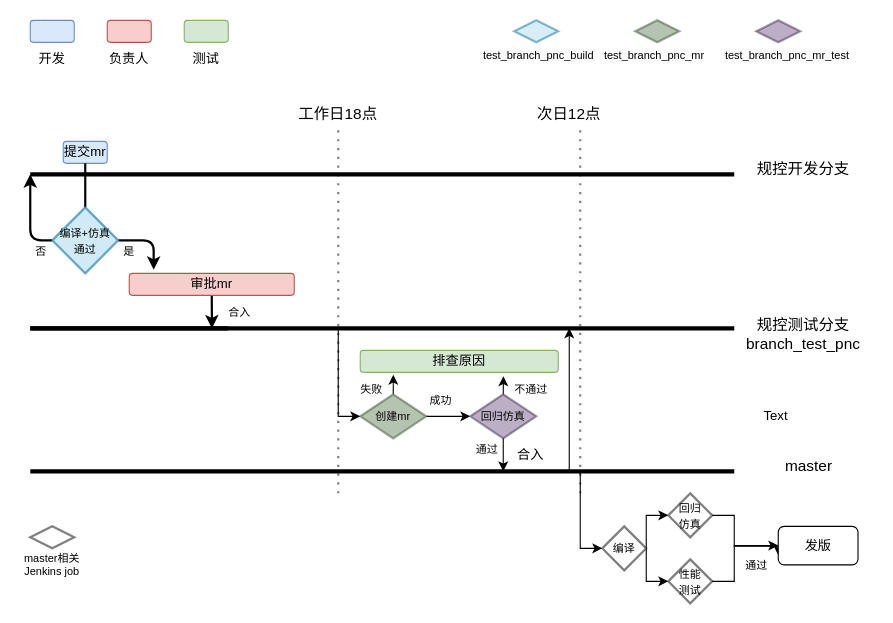
Earlier version of the draw.io diagram 未命名绘图.drawio (chwxiongppp/CS-notes). Source tidied: cells renumbered, new cells numbered last; positions are measured from the earlier drawing's top-left corner, leaving out a move shared by most shapes. Both pictures are drawn from the tidied source at 110%, with x=0, y=0 at pixel (19, 20).
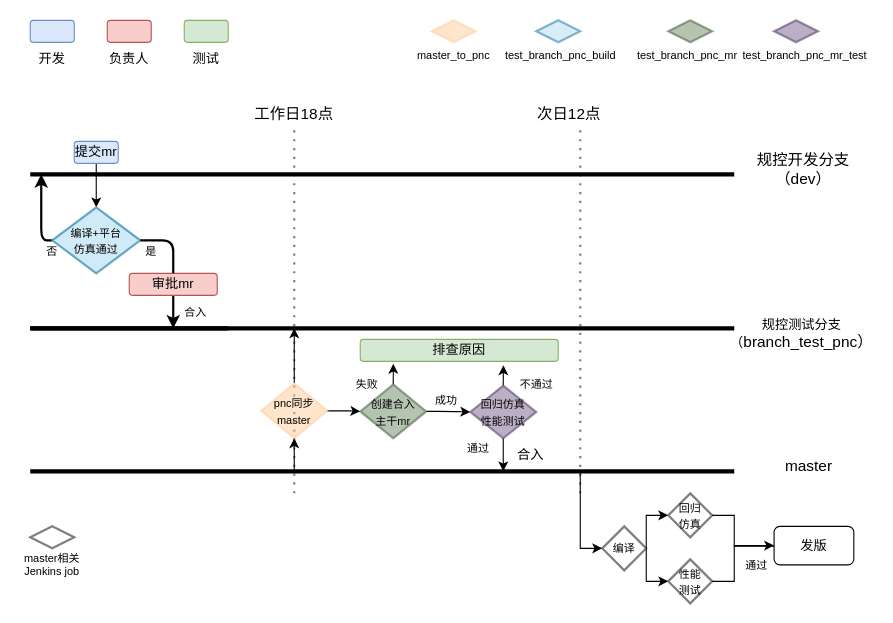
The same page after the edit.

What changed in the source:
```diff
@@
     <mxCell id="10" style="endArrow=none;dashed=1;html=1;dashPattern=1 3;strokeWidth=2;rounded=1;opacity=50;" parent="1" edge="1">
       <mxGeometry relative="1" as="geometry">
-        <mxPoint x="290" y="430" as="sourcePoint" />
-        <mxPoint x="290" y="100" as="targetPoint" />
-        <Array as="points">
-          <mxPoint x="290" y="290" />
-        </Array>
+        <mxPoint x="250" y="430" as="sourcePoint" />
+        <mxPoint x="250" y="100" as="targetPoint" />
       </mxGeometry>
     </mxCell>
@@
     <mxCell id="12" value="&lt;font style=&quot;font-size: 14px;&quot;&gt;工作日18点&lt;/font&gt;" style="text;html=1;strokeColor=none;fillColor=none;align=center;verticalAlign=middle;whiteSpace=wrap;rounded=0;" parent="1" vertex="1">
-      <mxGeometry x="250" y="70" width="80" height="30" as="geometry" />
+      <mxGeometry x="210" y="70" width="80" height="30" as="geometry" />
     </mxCell>
@@
-    <mxCell id="15" value="&lt;font style=&quot;font-size: 14px;&quot;&gt;规控开发分支&lt;/font&gt;" style="text;html=1;strokeColor=none;fillColor=none;align=center;verticalAlign=middle;whiteSpace=wrap;rounded=0;" parent="1" vertex="1">
+    <mxCell id="15" value="&lt;font style=&quot;font-size: 14px;&quot;&gt;规控开发分支（dev）&lt;/font&gt;" style="text;html=1;strokeColor=none;fillColor=none;align=center;verticalAlign=middle;whiteSpace=wrap;rounded=0;" parent="1" vertex="1">
       <mxGeometry x="652.5" y="120" width="120" height="30" as="geometry" />
     </mxCell>
-    <mxCell id="16" value="&lt;span style=&quot;font-size: 14px;&quot;&gt;规控测试分支&lt;br&gt;branch_test_pnc&lt;/span&gt;" style="text;html=1;strokeColor=none;fillColor=none;align=center;verticalAlign=middle;whiteSpace=wrap;rounded=0;" parent="1" vertex="1">
-      <mxGeometry x="652.5" y="270" width="120" height="30" as="geometry" />
+    <mxCell id="16" value="规控测试分支&lt;br&gt;（&lt;span style=&quot;font-size: 14px;&quot;&gt;branch_test_pnc&lt;/span&gt;&lt;span style=&quot;font-size: 14px;&quot;&gt;）&lt;/span&gt;" style="text;html=1;strokeColor=none;fillColor=none;align=center;verticalAlign=middle;whiteSpace=wrap;rounded=0;" parent="1" vertex="1">
+      <mxGeometry x="650" y="270" width="122.5" height="30" as="geometry" />
     </mxCell>
@@
+    <mxCell id="21" style="edgeStyle=orthogonalEdgeStyle;rounded=0;jettySize=auto;html=1;entryX=0.5;entryY=0;entryDx=0;entryDy=0;entryPerimeter=0;fontSize=10;" parent="1" edge="1" source="18" target="24">
+      <mxGeometry relative="1" as="geometry" />
+    </mxCell>
     <mxCell id="18" value="提交mr" style="rounded=1;whiteSpace=wrap;html=1;fillColor=#dae8fc;strokeColor=#6c8ebf;" parent="1" vertex="1">
-      <mxGeometry x="40" y="110" width="40" height="20" as="geometry" />
+      <mxGeometry x="50" y="110" width="40" height="20" as="geometry" />
     </mxCell>
@@
-    <mxCell id="21" style="edgeStyle=orthogonalEdgeStyle;rounded=1;jettySize=auto;html=1;strokeWidth=2;fontSize=14;endArrow=none;" parent="1" edge="1" source="18" target="24">
-      <mxGeometry relative="1" as="geometry" />
-    </mxCell>
-    <mxCell id="22" style="edgeStyle=orthogonalEdgeStyle;rounded=1;jettySize=auto;html=1;exitX=1;exitY=0.5;exitDx=0;exitDy=0;exitPerimeter=0;entryX=0.148;entryY=-0.167;entryDx=0;entryDy=0;entryPerimeter=0;strokeWidth=2;fontSize=10;jumpSize=2;" parent="1" edge="1" source="24" target="26">
-      <mxGeometry relative="1" as="geometry">
-        <Array as="points">
-          <mxPoint x="122" y="200" />
-        </Array>
-      </mxGeometry>
-    </mxCell>
     <mxCell id="23" style="edgeStyle=orthogonalEdgeStyle;rounded=1;jettySize=auto;html=1;strokeWidth=2;fontSize=10;jumpSize=2;" parent="1" edge="1" source="24">
       <mxGeometry relative="1" as="geometry">
-        <mxPoint x="10" y="140" as="targetPoint" />
+        <mxPoint x="20" y="140" as="targetPoint" />
         <Array as="points">
-          <mxPoint x="10" y="200" />
+          <mxPoint x="20" y="200" />
+          <mxPoint x="20" y="140" />
         </Array>
       </mxGeometry>
     </mxCell>
-    <mxCell id="24" value="&lt;font style=&quot;font-size: 10px;&quot;&gt;编译+仿真&lt;br&gt;通过&lt;/font&gt;" style="strokeWidth=2;html=1;shape=mxgraph.flowchart.decision;whiteSpace=wrap;fontSize=12;fillColor=#b1ddf0;strokeColor=#10739e;opacity=60;" parent="1" vertex="1">
-      <mxGeometry x="30" y="170" width="60" height="60" as="geometry" />
+    <mxCell id="24" value="&lt;font style=&quot;font-size: 10px;&quot;&gt;编译+平台&lt;br&gt;仿真通过&lt;/font&gt;" style="strokeWidth=2;html=1;shape=mxgraph.flowchart.decision;whiteSpace=wrap;fontSize=12;fillColor=#b1ddf0;strokeColor=#10739e;opacity=60;" parent="1" vertex="1">
+      <mxGeometry x="30" y="170" width="80" height="60" as="geometry" />
     </mxCell>
     <mxCell id="25" style="edgeStyle=orthogonalEdgeStyle;rounded=1;jettySize=auto;html=1;exitX=0.5;exitY=1;exitDx=0;exitDy=0;strokeWidth=2;fontSize=10;jumpSize=2;" parent="1" edge="1" source="26">
       <mxGeometry relative="1" as="geometry">
-        <mxPoint x="175.2" y="280" as="targetPoint" />
+        <mxPoint x="140" y="280" as="targetPoint" />
+        <Array as="points">
+          <mxPoint x="140" y="280" />
+        </Array>
       </mxGeometry>
     </mxCell>
     <mxCell id="26" value="审批mr" style="rounded=1;whiteSpace=wrap;html=1;fillColor=#f8cecc;strokeColor=#b85450;" parent="1" vertex="1">
-      <mxGeometry x="100" y="230" width="150" height="20" as="geometry" />
+      <mxGeometry x="100" y="230" width="80" height="20" as="geometry" />
     </mxCell>
-    <mxCell id="27" value="是" style="text;html=1;strokeColor=none;fillColor=none;align=center;verticalAlign=middle;whiteSpace=wrap;rounded=0;fontSize=10;" parent="1" vertex="1">
-      <mxGeometry x="80" y="200" width="40" height="20" as="geometry" />
-    </mxCell>
     <mxCell id="28" value="否" style="text;html=1;strokeColor=none;fillColor=none;align=center;verticalAlign=middle;whiteSpace=wrap;rounded=0;fontSize=10;" parent="1" vertex="1">
-      <mxGeometry y="200" width="40" height="20" as="geometry" />
+      <mxGeometry x="10" y="200" width="40" height="20" as="geometry" />
     </mxCell>
     <mxCell id="29" value="合入" style="text;html=1;align=center;verticalAlign=middle;strokeColor=none;fillColor=none;fontSize=10;" parent="1" vertex="1">
-      <mxGeometry x="180" y="250" width="40" height="30" as="geometry" />
+      <mxGeometry x="140" y="250" width="40" height="30" as="geometry" />
     </mxCell>
     <mxCell id="30" style="strokeWidth=2;html=1;shape=mxgraph.flowchart.decision;whiteSpace=wrap;fontSize=12;fillColor=#b1ddf0;strokeColor=#10739e;opacity=50;" parent="1" vertex="1">
-      <mxGeometry x="450" width="40" height="20" as="geometry" />
+      <mxGeometry x="470" width="40" height="20" as="geometry" />
     </mxCell>
-    <mxCell id="31" style="edgeStyle=orthogonalEdgeStyle;rounded=1;orthogonalLoop=1;jettySize=auto;html=1;exitX=0.5;exitY=1;exitDx=0;exitDy=0;strokeWidth=2;fontSize=10;" parent="1" edge="1" source="27" target="27">
-      <mxGeometry relative="1" as="geometry" />
+    <mxCell id="31" style="edgeStyle=orthogonalEdgeStyle;rounded=1;orthogonalLoop=1;jettySize=auto;html=1;exitX=0.5;exitY=1;exitDx=0;exitDy=0;strokeWidth=2;fontSize=10;" parent="1" edge="1">
+      <mxGeometry relative="1" as="geometry">
+        <mxPoint x="140" y="190" as="sourcePoint" />
+        <mxPoint x="140" y="190" as="targetPoint" />
+      </mxGeometry>
     </mxCell>
     <mxCell id="32" value="&lt;span style=&quot;color: rgb(0, 0, 0); font-family: Helvetica; font-style: normal; font-variant-ligatures: normal; font-variant-caps: normal; font-weight: 400; letter-spacing: normal; orphans: 2; text-align: center; text-indent: 0px; text-transform: none; widows: 2; word-spacing: 0px; -webkit-text-stroke-width: 0px; background-color: rgb(251, 251, 251); text-decoration-thickness: initial; text-decoration-style: initial; text-decoration-color: initial; float: none; display: inline !important;&quot;&gt;&lt;font style=&quot;font-size: 10px;&quot;&gt;test_branch_pnc_build&lt;/font&gt;&lt;/span&gt;" style="text;whiteSpace=wrap;html=1;fontSize=10;" parent="1" vertex="1">
-      <mxGeometry x="420" y="20" width="110" height="20" as="geometry" />
+      <mxGeometry x="440" y="20" width="110" height="20" as="geometry" />
     </mxCell>
     <mxCell id="33" style="strokeWidth=2;html=1;shape=mxgraph.flowchart.decision;whiteSpace=wrap;fontSize=12;fillColor=#6d8764;strokeColor=#3A5431;fontColor=#ffffff;opacity=50;" parent="1" vertex="1">
-      <mxGeometry x="560" width="40" height="20" as="geometry" />
+      <mxGeometry x="590" width="40" height="20" as="geometry" />
     </mxCell>
     <mxCell id="34" value="&lt;span style=&quot;color: rgb(0, 0, 0); font-family: Helvetica; font-style: normal; font-variant-ligatures: normal; font-variant-caps: normal; font-weight: 400; letter-spacing: normal; orphans: 2; text-align: center; text-indent: 0px; text-transform: none; widows: 2; word-spacing: 0px; -webkit-text-stroke-width: 0px; background-color: rgb(251, 251, 251); text-decoration-thickness: initial; text-decoration-style: initial; text-decoration-color: initial; float: none; display: inline !important;&quot;&gt;&lt;font style=&quot;font-size: 10px;&quot;&gt;test_branch_pnc_mr&lt;/font&gt;&lt;/span&gt;" style="text;whiteSpace=wrap;html=1;fontSize=10;" parent="1" vertex="1">
-      <mxGeometry x="530" y="20" width="110" height="20" as="geometry" />
+      <mxGeometry x="560" y="20" width="110" height="20" as="geometry" />
     </mxCell>
     <mxCell id="35" style="strokeWidth=2;html=1;shape=mxgraph.flowchart.decision;whiteSpace=wrap;fontSize=12;fillColor=#76608a;fontColor=#ffffff;strokeColor=#432D57;opacity=50;" parent="1" vertex="1">
-      <mxGeometry x="670" width="40" height="20" as="geometry" />
+      <mxGeometry x="686.2" width="40" height="20" as="geometry" />
     </mxCell>
     <mxCell id="36" value="&lt;span style=&quot;color: rgb(0, 0, 0); font-family: Helvetica; font-style: normal; font-variant-ligatures: normal; font-variant-caps: normal; font-weight: 400; letter-spacing: normal; orphans: 2; text-align: center; text-indent: 0px; text-transform: none; widows: 2; word-spacing: 0px; -webkit-text-stroke-width: 0px; background-color: rgb(251, 251, 251); text-decoration-thickness: initial; text-decoration-style: initial; text-decoration-color: initial; float: none; display: inline !important;&quot;&gt;&lt;font style=&quot;font-size: 10px;&quot;&gt;test_branch_pnc_mr_test&lt;/font&gt;&lt;/span&gt;" style="text;whiteSpace=wrap;html=1;fontSize=10;" parent="1" vertex="1">
-      <mxGeometry x="640" y="20" width="110" height="20" as="geometry" />
+      <mxGeometry x="656.2" y="20" width="110" height="20" as="geometry" />
     </mxCell>
@@
-    <mxCell id="39" value="&lt;span style=&quot;font-size: 10px;&quot;&gt;&lt;font color=&quot;#050505&quot;&gt;创建mr&lt;/font&gt;&lt;/span&gt;" style="strokeWidth=2;html=1;shape=mxgraph.flowchart.decision;whiteSpace=wrap;fontSize=12;fillColor=#6d8764;strokeColor=#3A5431;opacity=50;fontColor=#ffffff;" parent="1" vertex="1">
-      <mxGeometry x="310" y="340" width="60" height="40" as="geometry" />
+    <mxCell id="39" value="&lt;span style=&quot;font-size: 10px;&quot;&gt;&lt;font color=&quot;#050505&quot;&gt;创建合入&lt;br&gt;主干mr&lt;/font&gt;&lt;/span&gt;" style="strokeWidth=2;html=1;shape=mxgraph.flowchart.decision;whiteSpace=wrap;fontSize=12;fillColor=#6d8764;strokeColor=#3A5431;opacity=50;fontColor=#ffffff;" parent="1" vertex="1">
+      <mxGeometry x="310" y="331" width="60" height="49" as="geometry" />
     </mxCell>
     <mxCell id="40" value="成功" style="text;html=1;align=center;verticalAlign=middle;strokeColor=none;fillColor=none;fontSize=10;fontColor=#050505;" parent="1" vertex="1">
-      <mxGeometry x="363" y="330" width="40" height="30" as="geometry" />
+      <mxGeometry x="368" y="330" width="40" height="30" as="geometry" />
     </mxCell>
@@
-    <mxCell id="43" style="edgeStyle=orthogonalEdgeStyle;rounded=0;orthogonalLoop=1;jettySize=auto;html=1;" parent="1" edge="1">
-      <mxGeometry relative="1" as="geometry">
-        <mxPoint x="470" y="410" as="sourcePoint" />
-        <mxPoint x="500" y="280" as="targetPoint" />
-        <Array as="points">
-          <mxPoint x="500" y="410" />
-        </Array>
-      </mxGeometry>
-    </mxCell>
-    <mxCell id="44" value="&lt;span style=&quot;font-size: 10px;&quot;&gt;&lt;font color=&quot;#050505&quot;&gt;回归仿真&lt;/font&gt;&lt;/span&gt;" style="strokeWidth=2;html=1;shape=mxgraph.flowchart.decision;whiteSpace=wrap;fontSize=12;fillColor=#76608a;strokeColor=#432D57;opacity=50;fontColor=#ffffff;" parent="1" vertex="1">
-      <mxGeometry x="410" y="340" width="60" height="40" as="geometry" />
+    <mxCell id="44" value="&lt;span style=&quot;font-size: 10px;&quot;&gt;&lt;font color=&quot;#050505&quot;&gt;回归仿真&lt;br&gt;性能测试&lt;br&gt;&lt;/font&gt;&lt;/span&gt;" style="strokeWidth=2;html=1;shape=mxgraph.flowchart.decision;whiteSpace=wrap;fontSize=12;fillColor=#76608a;strokeColor=#432D57;opacity=50;fontColor=#ffffff;" parent="1" vertex="1">
+      <mxGeometry x="410" y="332" width="60" height="48" as="geometry" />
     </mxCell>
     <mxCell id="45" value="排查原因" style="rounded=1;whiteSpace=wrap;html=1;fillColor=#d5e8d4;strokeColor=#82b366;" parent="1" vertex="1">
-      <mxGeometry x="310" y="300" width="180" height="20" as="geometry" />
+      <mxGeometry x="310" y="290" width="180" height="20" as="geometry" />
     </mxCell>
     <mxCell id="46" value="失败" style="text;html=1;align=center;verticalAlign=middle;strokeColor=none;fillColor=none;fontSize=10;fontColor=#050505;" parent="1" vertex="1">
-      <mxGeometry x="300" y="320" width="40" height="30" as="geometry" />
+      <mxGeometry x="296" y="316" width="40" height="30" as="geometry" />
     </mxCell>
     <mxCell id="47" value="不通过" style="text;html=1;align=center;verticalAlign=middle;strokeColor=none;fillColor=none;fontSize=10;fontColor=#050505;" parent="1" vertex="1">
-      <mxGeometry x="440" y="320" width="50" height="30" as="geometry" />
+      <mxGeometry x="445" y="316" width="50" height="30" as="geometry" />
     </mxCell>
-    <mxCell id="48" style="endArrow=classic;html=1;rounded=0;entryX=0;entryY=0.5;entryDx=0;entryDy=0;entryPerimeter=0;" parent="1" edge="1" target="39">
-      <mxGeometry relative="1" as="geometry">
-        <mxPoint x="290" y="280" as="sourcePoint" />
-        <Array as="points">
-          <mxPoint x="290" y="360" />
-        </Array>
-      </mxGeometry>
-    </mxCell>
@@
     <mxCell id="57" value="&lt;font style=&quot;font-size: 12px;&quot;&gt;发版&lt;/font&gt;" style="rounded=1;whiteSpace=wrap;html=1;fontSize=10;" parent="1" vertex="1">
-      <mxGeometry x="690" y="460" width="72.5" height="35" as="geometry" />
+      <mxGeometry x="686.2" y="460" width="72.5" height="35" as="geometry" />
     </mxCell>
@@
-    <mxCell id="61" value="Text" style="text;html=1;strokeColor=none;fillColor=none;align=center;verticalAlign=middle;whiteSpace=wrap;rounded=0;" parent="1" vertex="1">
-      <mxGeometry x="658" y="345" width="60" height="30" as="geometry" />
-    </mxCell>
@@
     <mxCell id="63" value="通过" style="text;html=1;align=center;verticalAlign=middle;strokeColor=none;fillColor=none;fontSize=10;fontColor=#050505;" parent="1" vertex="1">
-      <mxGeometry x="405" y="375" width="40" height="30" as="geometry" />
+      <mxGeometry x="397" y="374" width="40" height="30" as="geometry" />
     </mxCell>
+    <mxCell id="22" style="edgeStyle=orthogonalEdgeStyle;rounded=1;jettySize=auto;html=1;exitX=1;exitY=0.5;exitDx=0;exitDy=0;exitPerimeter=0;entryX=0.5;entryY=0;entryDx=0;entryDy=0;strokeWidth=2;fontSize=10;jumpSize=2;endArrow=none;" parent="1" edge="1" source="24" target="26">
+      <mxGeometry relative="1" as="geometry" />
+    </mxCell>
+    <mxCell id="27" value="是" style="text;html=1;strokeColor=none;fillColor=none;align=center;verticalAlign=middle;whiteSpace=wrap;rounded=0;fontSize=10;" parent="1" vertex="1">
+      <mxGeometry x="100" y="200" width="40" height="20" as="geometry" />
+    </mxCell>
+    <mxCell id="64" style="strokeWidth=2;html=1;shape=mxgraph.flowchart.decision;whiteSpace=wrap;fontSize=12;fillColor=#FFCC99;strokeColor=#FFCC99;opacity=50;" parent="1" vertex="1">
+      <mxGeometry x="375" width="40" height="20" as="geometry" />
+    </mxCell>
+    <mxCell id="65" value="&lt;div style=&quot;text-align: center;&quot;&gt;&lt;span style=&quot;background-color: initial;&quot;&gt;master_to_pnc&lt;/span&gt;&lt;/div&gt;" style="text;whiteSpace=wrap;html=1;fontSize=10;" parent="1" vertex="1">
+      <mxGeometry x="360" y="20" width="70" height="20" as="geometry" />
+    </mxCell>
+    <mxCell id="66" style="edgeStyle=orthogonalEdgeStyle;rounded=0;jettySize=auto;html=1;" parent="1" edge="1" source="69">
+      <mxGeometry relative="1" as="geometry">
+        <mxPoint x="250" y="280" as="targetPoint" />
+      </mxGeometry>
+    </mxCell>
+    <mxCell id="67" style="edgeStyle=orthogonalEdgeStyle;rounded=0;jettySize=auto;html=1;fontSize=10;" parent="1" edge="1" source="69">
+      <mxGeometry relative="1" as="geometry">
+        <mxPoint x="250" y="380" as="targetPoint" />
+        <Array as="points">
+          <mxPoint x="250" y="410" />
+          <mxPoint x="250" y="410" />
+        </Array>
+      </mxGeometry>
+    </mxCell>
+    <mxCell id="68" style="edgeStyle=orthogonalEdgeStyle;rounded=0;jettySize=auto;html=1;entryX=0;entryY=0.5;entryDx=0;entryDy=0;entryPerimeter=0;fontSize=10;" parent="1" edge="1" source="69" target="39">
+      <mxGeometry relative="1" as="geometry" />
+    </mxCell>
+    <mxCell id="69" value="&lt;font style=&quot;font-size: 10px;&quot;&gt;pnc同步master&lt;/font&gt;" style="strokeWidth=2;html=1;shape=mxgraph.flowchart.decision;whiteSpace=wrap;fontSize=12;fillColor=#FFCC99;strokeColor=#FFCC99;opacity=50;" parent="1" vertex="1">
+      <mxGeometry x="220" y="330" width="60" height="50" as="geometry" />
+    </mxCell>
```
